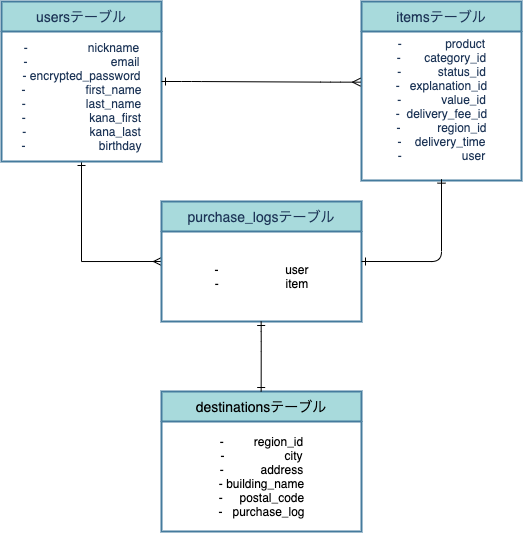
Above: er.drawio.png in yononie/furima-32385 (draw.io), before the change. Source tidied: cells renumbered, new cells last; positions are measured from the earlier drawing's top-left corner, leaving out a move shared by most shapes.
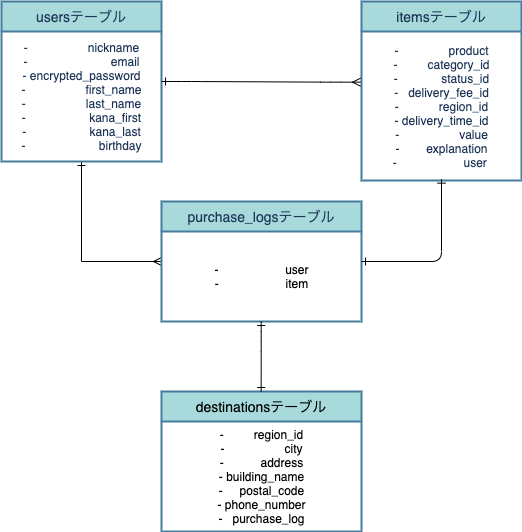
Later version of the same file.

Diff of the diagram source:
```diff
@@ -14,7 +14,7 @@
     <mxCell id="5" value="itemsテーブル" style="swimlane;horizontal=1;startSize=30;fontSize=14;fontStyle=0;strokeWidth=2;shadow=0;dashed=0;align=center;fillColor=#A8DADC;strokeColor=#457B9D;fontColor=#1D3557;" parent="1" vertex="1">
       <mxGeometry x="360" width="160" height="179" as="geometry" />
     </mxCell>
-    <mxCell id="6" value="-&amp;nbsp; &amp;nbsp; &amp;nbsp; &amp;nbsp; &amp;nbsp; &amp;nbsp; &amp;nbsp;product&lt;br&gt;&lt;div&gt;&lt;span&gt;-&amp;nbsp; &amp;nbsp; &amp;nbsp; &amp;nbsp;category_id&lt;/span&gt;&lt;/div&gt;&lt;div&gt;&lt;span&gt;-&amp;nbsp; &amp;nbsp; &amp;nbsp; &amp;nbsp; &amp;nbsp; &amp;nbsp;status_id&lt;/span&gt;&lt;/div&gt;&lt;div&gt;&lt;span&gt;-&amp;nbsp; &amp;nbsp;explanation_id&lt;/span&gt;&lt;/div&gt;-&amp;nbsp; &amp;nbsp; &amp;nbsp; &amp;nbsp; &amp;nbsp; &amp;nbsp; value_id&lt;br&gt;-&amp;nbsp; delivery_fee_id&lt;br&gt;-&amp;nbsp; &amp;nbsp; &amp;nbsp; &amp;nbsp; &amp;nbsp; &amp;nbsp;region_id&lt;br&gt;-&amp;nbsp; &amp;nbsp; delivery_time&lt;br&gt;-&amp;nbsp; &amp;nbsp; &amp;nbsp; &amp;nbsp; &amp;nbsp; &amp;nbsp; &amp;nbsp; &amp;nbsp; &amp;nbsp; user&lt;br&gt;&amp;nbsp;" style="text;html=1;align=center;verticalAlign=middle;points=[];rotation=0;fontColor=#1D3557;" parent="5" vertex="1">
+    <mxCell id="6" value="-&amp;nbsp; &amp;nbsp; &amp;nbsp; &amp;nbsp; &amp;nbsp; &amp;nbsp; &amp;nbsp; &amp;nbsp;product&lt;br&gt;&lt;div&gt;&lt;span&gt;-&amp;nbsp; &amp;nbsp; &amp;nbsp; &amp;nbsp; &amp;nbsp;category_id&lt;/span&gt;&lt;/div&gt;&lt;div&gt;&lt;span&gt;-&amp;nbsp; &amp;nbsp; &amp;nbsp; &amp;nbsp; &amp;nbsp; &amp;nbsp; &amp;nbsp;status_id&lt;/span&gt;&lt;/div&gt;-&amp;nbsp; &amp;nbsp;delivery_fee_id&lt;br&gt;-&amp;nbsp; &amp;nbsp; &amp;nbsp; &amp;nbsp; &amp;nbsp; &amp;nbsp; region_id&lt;br&gt;- delivery_time_id&lt;br&gt;-&amp;nbsp; &amp;nbsp; &amp;nbsp; &amp;nbsp; &amp;nbsp; &amp;nbsp; &amp;nbsp; &amp;nbsp; &amp;nbsp; value&lt;br&gt;&lt;div&gt;-&amp;nbsp; &amp;nbsp; &amp;nbsp; &amp;nbsp; explanation&lt;/div&gt;-&amp;nbsp; &amp;nbsp; &amp;nbsp; &amp;nbsp; &amp;nbsp; &amp;nbsp; &amp;nbsp; &amp;nbsp; &amp;nbsp; &amp;nbsp; user&amp;nbsp;" style="text;html=1;align=center;verticalAlign=middle;points=[];rotation=0;fontColor=#1D3557;" parent="5" vertex="1">
       <mxGeometry y="30" width="160" height="149" as="geometry" />
     </mxCell>
     <mxCell id="7" style="edgeStyle=entityRelationEdgeStyle;fontSize=12;html=1;endArrow=ERmany;exitX=1;exitY=0.5;exitDx=0;exitDy=0;fontColor=#000000;strokeColor=#000000;startArrow=ERone;startFill=0;entryX=-0.006;entryY=0.34;entryDx=0;entryDy=0;entryPerimeter=0;" parent="1" edge="1" source="3" target="6">
@@ -37,7 +37,7 @@
     <mxCell id="11" value="destinationsテーブル" style="swimlane;horizontal=1;startSize=30;fontSize=14;fontStyle=0;strokeWidth=2;shadow=0;dashed=0;align=center;fillColor=#A8DADC;strokeColor=#457B9D;fontColor=#000000;" parent="1" vertex="1">
       <mxGeometry x="160" y="390" width="200" height="140" as="geometry" />
     </mxCell>
-    <mxCell id="12" value="-&amp;nbsp; &amp;nbsp; &amp;nbsp; &amp;nbsp; &amp;nbsp;region_id&lt;br&gt;-&amp;nbsp; &amp;nbsp; &amp;nbsp; &amp;nbsp; &amp;nbsp; &amp;nbsp; &amp;nbsp; &amp;nbsp; &amp;nbsp; city&lt;br&gt;-&amp;nbsp; &amp;nbsp; &amp;nbsp; &amp;nbsp; &amp;nbsp; &amp;nbsp;address&lt;br&gt;- building_name&lt;br&gt;-&amp;nbsp; &amp;nbsp; &amp;nbsp;postal_code&lt;br&gt;-&amp;nbsp; &amp;nbsp;purchase_log" style="text;html=1;align=center;verticalAlign=middle;fontColor=#000000;" parent="11" vertex="1">
+    <mxCell id="12" value="-&amp;nbsp; &amp;nbsp; &amp;nbsp; &amp;nbsp; &amp;nbsp;region_id&lt;br&gt;-&amp;nbsp; &amp;nbsp; &amp;nbsp; &amp;nbsp; &amp;nbsp; &amp;nbsp; &amp;nbsp; &amp;nbsp; &amp;nbsp; city&lt;br&gt;-&amp;nbsp; &amp;nbsp; &amp;nbsp; &amp;nbsp; &amp;nbsp; &amp;nbsp;address&lt;br&gt;- building_name&lt;br&gt;-&amp;nbsp; &amp;nbsp; &amp;nbsp;postal_code&lt;br&gt;- phone_number&lt;br&gt;-&amp;nbsp; &amp;nbsp;purchase_log" style="text;html=1;align=center;verticalAlign=middle;fontColor=#000000;" parent="11" vertex="1">
       <mxGeometry y="30" width="200" height="110" as="geometry" />
     </mxCell>
     <mxCell id="13" style="edgeStyle=orthogonalEdgeStyle;fontSize=12;html=1;endArrow=ERone;startArrow=ERone;strokeColor=#000000;endFill=0;startFill=0;" parent="1" edge="1">
```
